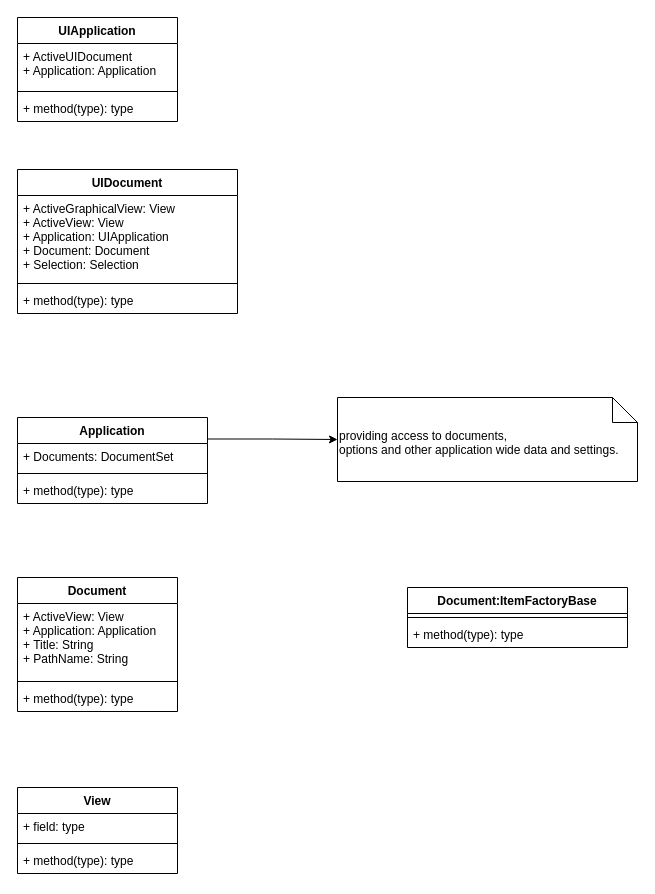
Earlier version of the draw.io diagram class.drawio (xin1627/ClassGraph). Source tidied: cells renumbered, new cells numbered last; positions are measured from the earlier drawing's top-left corner, leaving out a move shared by most shapes. Both pictures are drawn from the tidied source at 100%, with x=0, y=0 at pixel (17, 17).
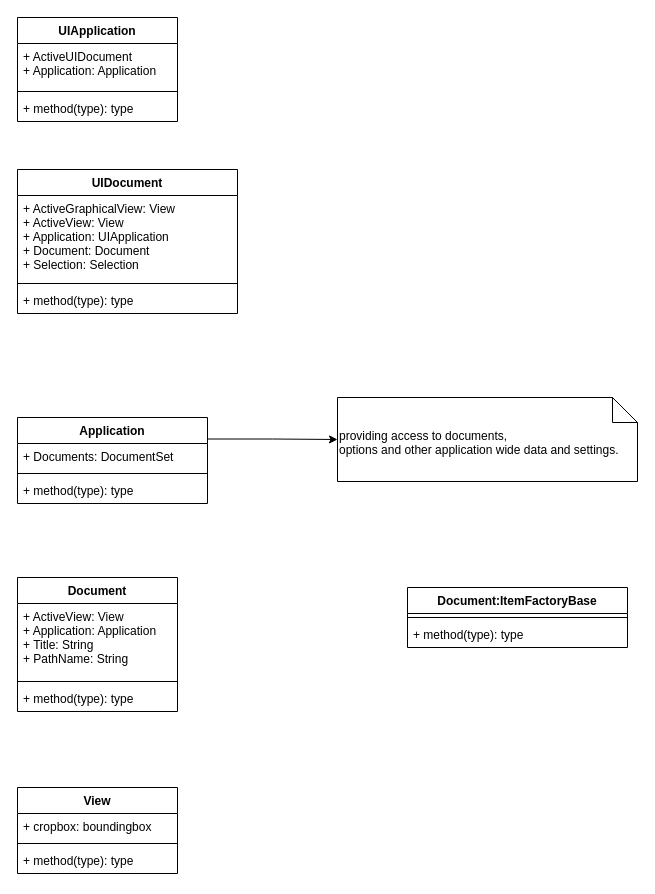
The same diagram, later.

Unchanged cells that the change refers to:
```xml
<mxCell id="23" value="View" style="swimlane;fontStyle=1;align=center;verticalAlign=top;horizontal=1;startSize=26;" parent="1" vertex="1">
  <mxGeometry y="770" width="160" height="86" as="geometry" />
</mxCell>
```

Change to the diagram source:
```diff
@@
-    <mxCell id="24" value="+ field: type" style="text;strokeColor=none;fillColor=none;align=left;verticalAlign=top;spacingLeft=4;spacingRight=4;overflow=hidden;" parent="23" vertex="1">
+    <mxCell id="24" value="+ cropbox: boundingbox" style="text;strokeColor=none;fillColor=none;align=left;verticalAlign=top;spacingLeft=4;spacingRight=4;overflow=hidden;" parent="23" vertex="1">
       <mxGeometry y="26" width="160" height="26" as="geometry" />
     </mxCell>
```
